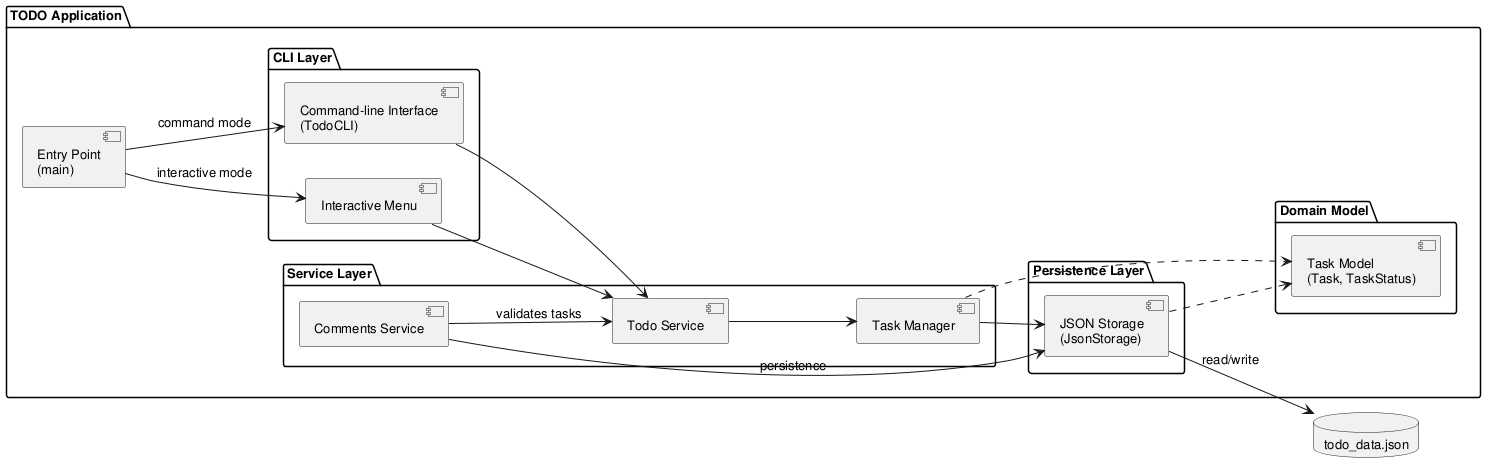
DanielRiha8906/Software_autoevolution_using_agents keeps this PlantUML diagram as experiments/pipeline/test_driven/TODO/artifacts/component_diagram.png. Above is the earlier version. The source it was exported from:
```plantuml
@startuml component_diagram

skinparam componentStyle uml2
skinparam defaultFontSize 13

left to right direction

package "TODO Application" {

    component "Entry Point\n(main)" as Main

    package "CLI Layer" {
        component "Interactive Menu" as IM
        component "Command-line Interface\n(TodoCLI)" as CLI
    }

    package "Service Layer" {
        component "Todo Service" as SVC
        component "Task Manager" as MGR
        component "Comments Service" as CSVC
    }

    package "Domain Model" {
        component "Task Model\n(Task, TaskStatus)" as Model
    }

    package "Persistence Layer" {
        component "JSON Storage\n(JsonStorage)" as Storage
    }
}

database "todo_data.json" as DB

Main --> IM : interactive mode
Main --> CLI : command mode

IM --> SVC
CLI --> SVC

SVC --> MGR
CSVC --> SVC : validates tasks
CSVC --> Storage : persistence
MGR --> Storage
MGR ..> Model
Storage ..> Model

Storage --> DB : read/write

@enduml
```
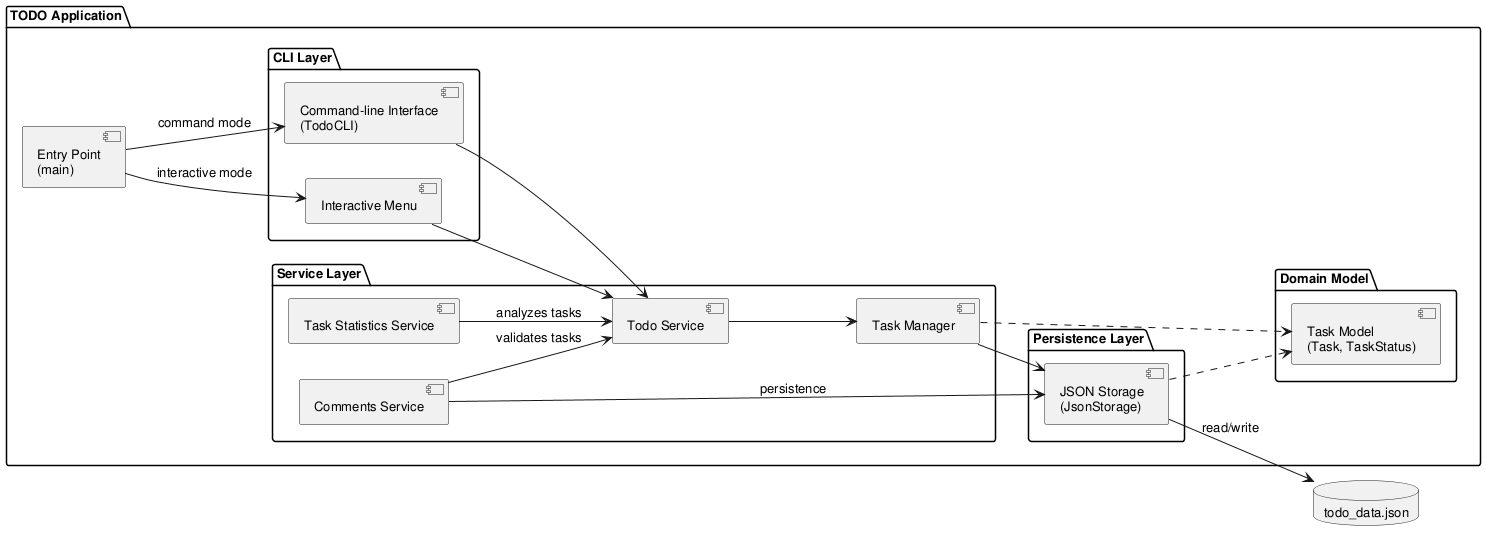
The same diagram one commit later.

Change to the diagram source:
```diff
@@ -18,6 +18,7 @@
         component "Todo Service" as SVC
         component "Task Manager" as MGR
         component "Comments Service" as CSVC
+        component "Task Statistics Service" as STATS
     }
 
     package "Domain Model" {
@@ -40,6 +41,7 @@
 SVC --> MGR
 CSVC --> SVC : validates tasks
 CSVC --> Storage : persistence
+STATS --> SVC : analyzes tasks
 MGR --> Storage
 MGR ..> Model
 Storage ..> Model
```
